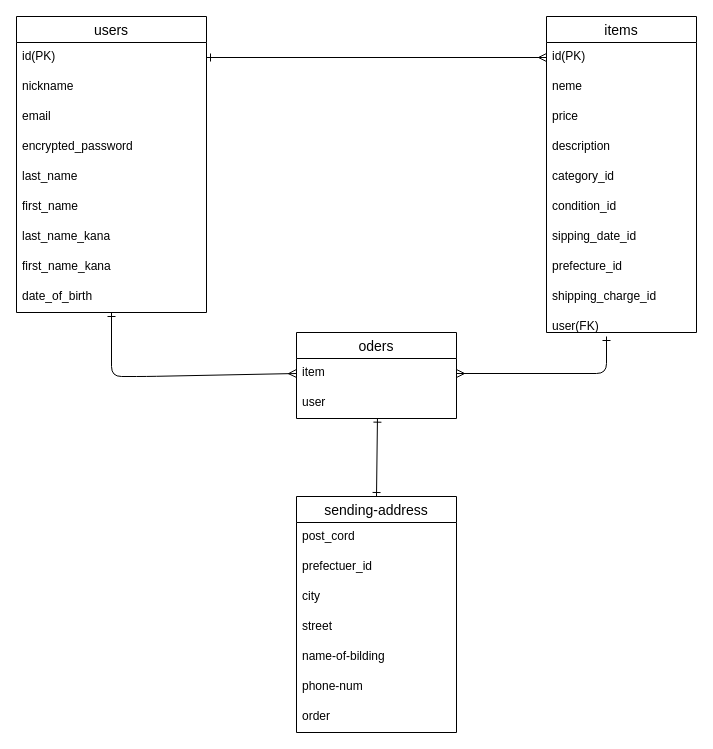
Above: er.dio in etsuhito/furima-use_39547 (draw.io), before the change. Source tidied: cells renumbered, new cells numbered last; positions are measured from the earlier drawing's top-left corner, leaving out a move shared by most shapes. Both pictures are drawn from the tidied source at 100%, with x=0, y=0 at pixel (16, 16).
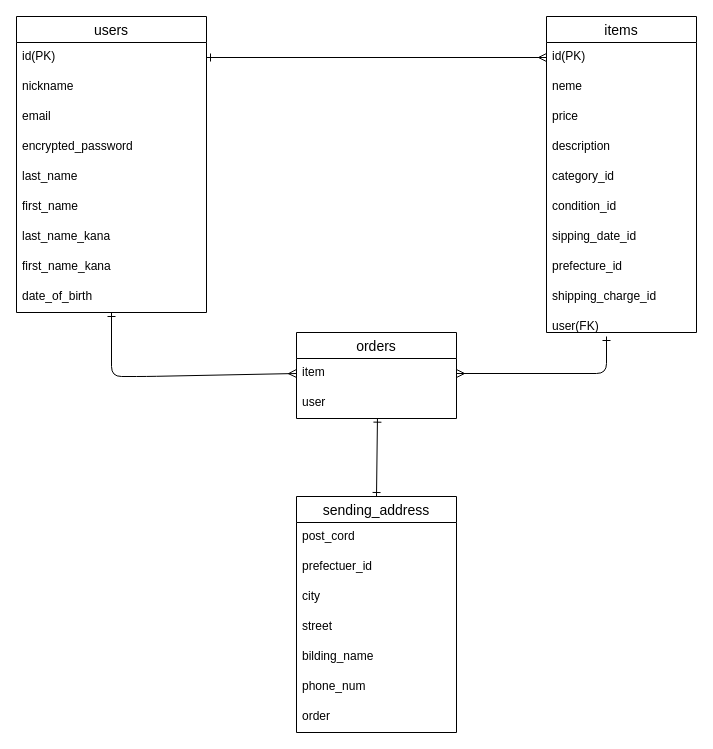
The same diagram, later.

Commit message (it also covers changes not shown here):
ER図・READMEの修正作業②

The edit, as a diff of the source:
```diff
@@
-    <mxCell id="26" value="oders" style="swimlane;fontStyle=0;horizontal=1;startSize=26;align=center;fontSize=14;" parent="1" vertex="1">
+    <mxCell id="26" value="orders" style="swimlane;fontStyle=0;horizontal=1;startSize=26;align=center;fontSize=14;" parent="1" vertex="1">
       <mxGeometry x="280" y="316" width="160" height="86" as="geometry" />
     </mxCell>
@@
-    <mxCell id="30" value="sending-address" style="swimlane;fontStyle=0;horizontal=1;startSize=26;align=center;fontSize=14;" parent="1" vertex="1">
+    <mxCell id="30" value="sending_address" style="swimlane;fontStyle=0;horizontal=1;startSize=26;align=center;fontSize=14;" parent="1" vertex="1">
       <mxGeometry x="280" y="480" width="160" height="236" as="geometry" />
     </mxCell>
@@
-    <mxCell id="35" value="name-of-bilding" style="text;strokeColor=none;fillColor=none;spacingLeft=4;spacingRight=4;overflow=hidden;fontSize=12;" parent="30" vertex="1">
+    <mxCell id="35" value="bilding_name" style="text;strokeColor=none;fillColor=none;spacingLeft=4;spacingRight=4;overflow=hidden;fontSize=12;" parent="30" vertex="1">
       <mxGeometry y="146" width="160" height="30" as="geometry" />
     </mxCell>
-    <mxCell id="36" value="phone-num" style="text;strokeColor=none;fillColor=none;spacingLeft=4;spacingRight=4;overflow=hidden;fontSize=12;" parent="30" vertex="1">
+    <mxCell id="36" value="phone_num" style="text;strokeColor=none;fillColor=none;spacingLeft=4;spacingRight=4;overflow=hidden;fontSize=12;" parent="30" vertex="1">
       <mxGeometry y="176" width="160" height="30" as="geometry" />
     </mxCell>
```
